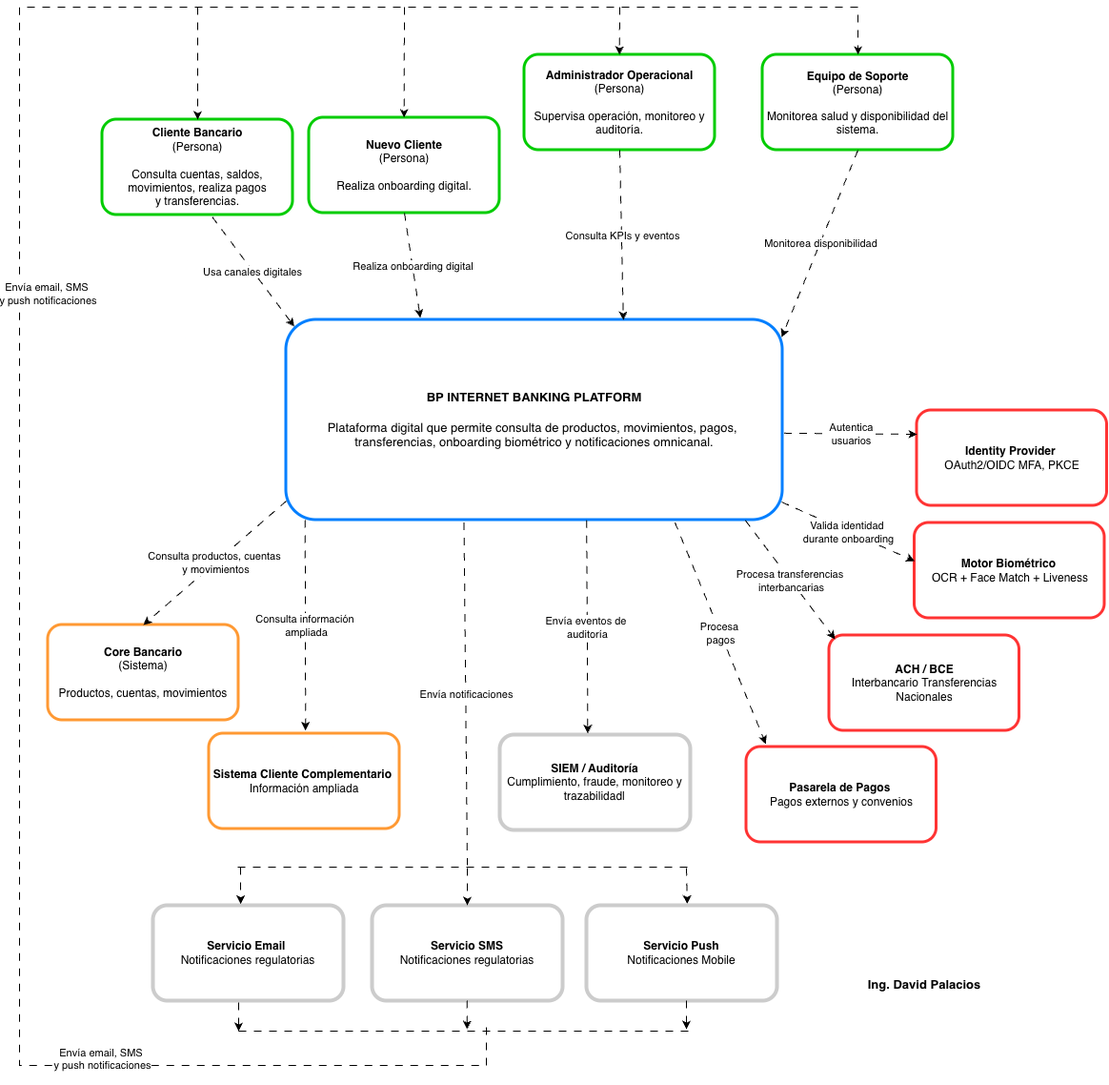
Before: docs/diagrams/C4 Nivel 1 - System Context Diagram.png, a diagram exported from draw.io (development-tests/david-palacios-bp-internet-banking-solution-architecture). Source tidied: cells renumbered, new cells last; positions are measured from the earlier drawing's top-left corner, leaving out a move shared by most shapes.
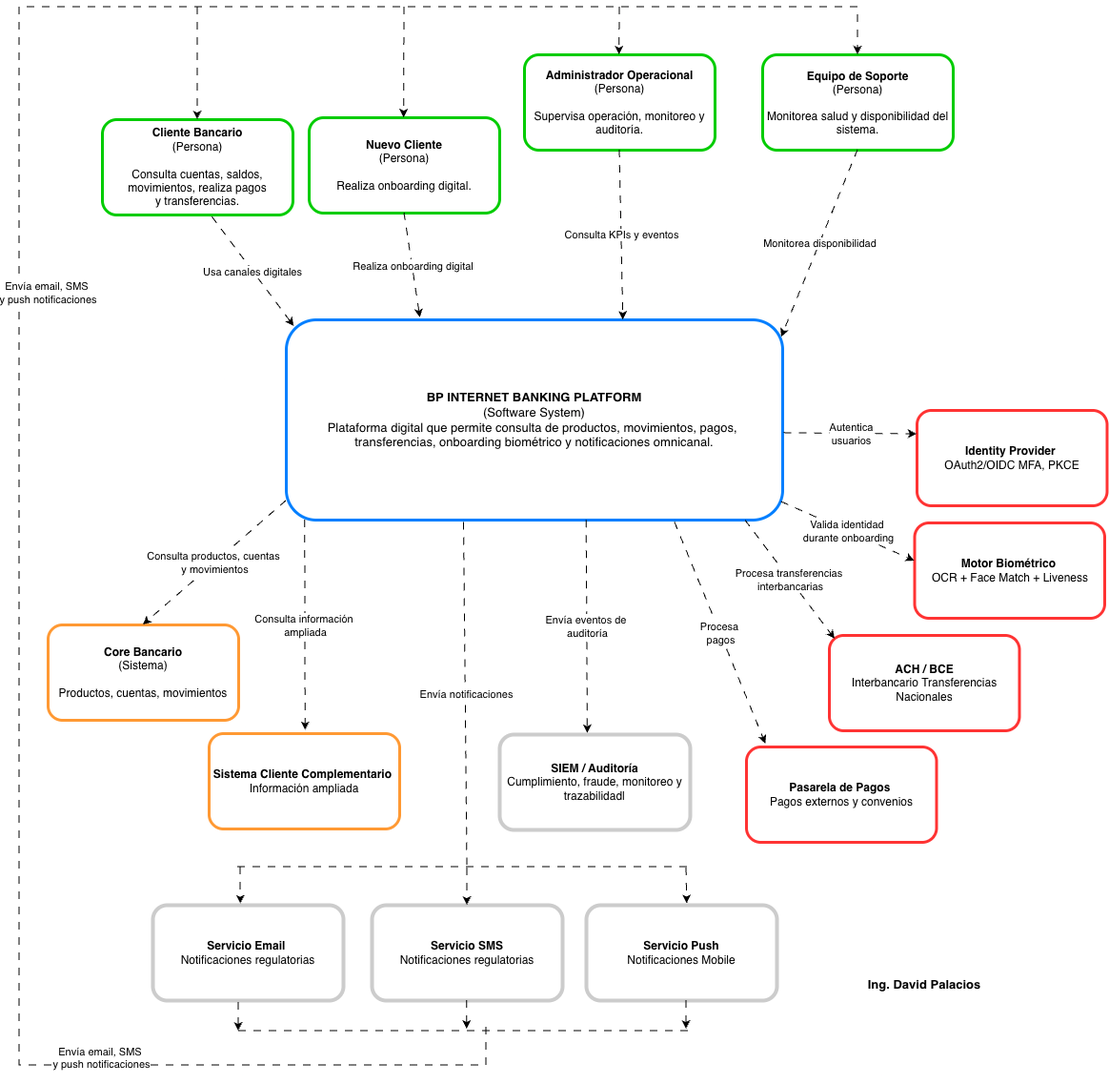
Above is the later version.

Commit message:
docs: Update Context Diagram (Level 1)

The edit, as a diff of the source:
```diff
@@ -2,7 +2,7 @@
   <root>
     <mxCell id="0" />
     <mxCell id="1" parent="0" />
-    <mxCell id="2" value="&lt;b&gt;&lt;font style=&quot;font-size: 13px;&quot;&gt;BP INTERNET BANKING PLATFORM&lt;/font&gt;&lt;/b&gt;&lt;div&gt;&lt;font style=&quot;font-size: 13px;&quot;&gt;&lt;br&gt;&lt;/font&gt;&lt;/div&gt;&lt;div&gt;&lt;font style=&quot;font-size: 13px;&quot;&gt;Plataforma digital que permite consulta de productos, movimientos, pagos,&amp;nbsp;&lt;/font&gt;&lt;/div&gt;&lt;div&gt;&lt;font style=&quot;font-size: 13px;&quot;&gt;transferencias, onboarding biométrico y notificaciones omnicanal.&lt;/font&gt;&lt;br&gt;&lt;/div&gt;" style="rounded=1;whiteSpace=wrap;html=1;strokeColor=#007FFF;strokeWidth=3;" parent="1" vertex="1">
+    <mxCell id="2" value="&lt;b&gt;&lt;font style=&quot;font-size: 13px;&quot;&gt;BP INTERNET BANKING PLATFORM&lt;/font&gt;&lt;/b&gt;&lt;div&gt;&lt;div&gt;&lt;font style=&quot;font-size: 13px;&quot;&gt;(Software System)&lt;/font&gt;&lt;/div&gt;&lt;div&gt;&lt;font style=&quot;font-size: 13px;&quot;&gt;Plataforma digital que permite consulta de productos, movimientos, pagos,&amp;nbsp;&lt;/font&gt;&lt;/div&gt;&lt;div&gt;&lt;font style=&quot;font-size: 13px;&quot;&gt;transferencias, onboarding biométrico y notificaciones omnicanal.&lt;/font&gt;&lt;br&gt;&lt;/div&gt;&lt;/div&gt;" style="rounded=1;whiteSpace=wrap;html=1;strokeColor=#007FFF;strokeWidth=3;" parent="1" vertex="1">
       <mxGeometry x="280" y="328" width="521" height="210" as="geometry" />
     </mxCell>
     <mxCell id="3" value="&lt;div&gt;&lt;span style=&quot;font-size: 12px;&quot;&gt;&lt;b&gt;Administrador Operacional&lt;/b&gt;&lt;/span&gt;&lt;/div&gt;&lt;div&gt;&lt;span style=&quot;background-color: transparent; color: light-dark(rgb(0, 0, 0), rgb(255, 255, 255));&quot;&gt;(Persona)&lt;/span&gt;&lt;/div&gt;&lt;div&gt;&lt;span style=&quot;font-size: 12px;&quot;&gt;&lt;br&gt;&lt;/span&gt;&lt;/div&gt;&lt;div&gt;&lt;span style=&quot;font-size: 12px;&quot;&gt;Supervisa operación,&amp;nbsp;&lt;/span&gt;&lt;span style=&quot;background-color: transparent; color: light-dark(rgb(0, 0, 0), rgb(255, 255, 255));&quot;&gt;monitoreo y auditoría.&lt;/span&gt;&lt;/div&gt;" style="rounded=1;whiteSpace=wrap;html=1;strokeColor=#00CC00;strokeWidth=3;" parent="1" vertex="1">
```
